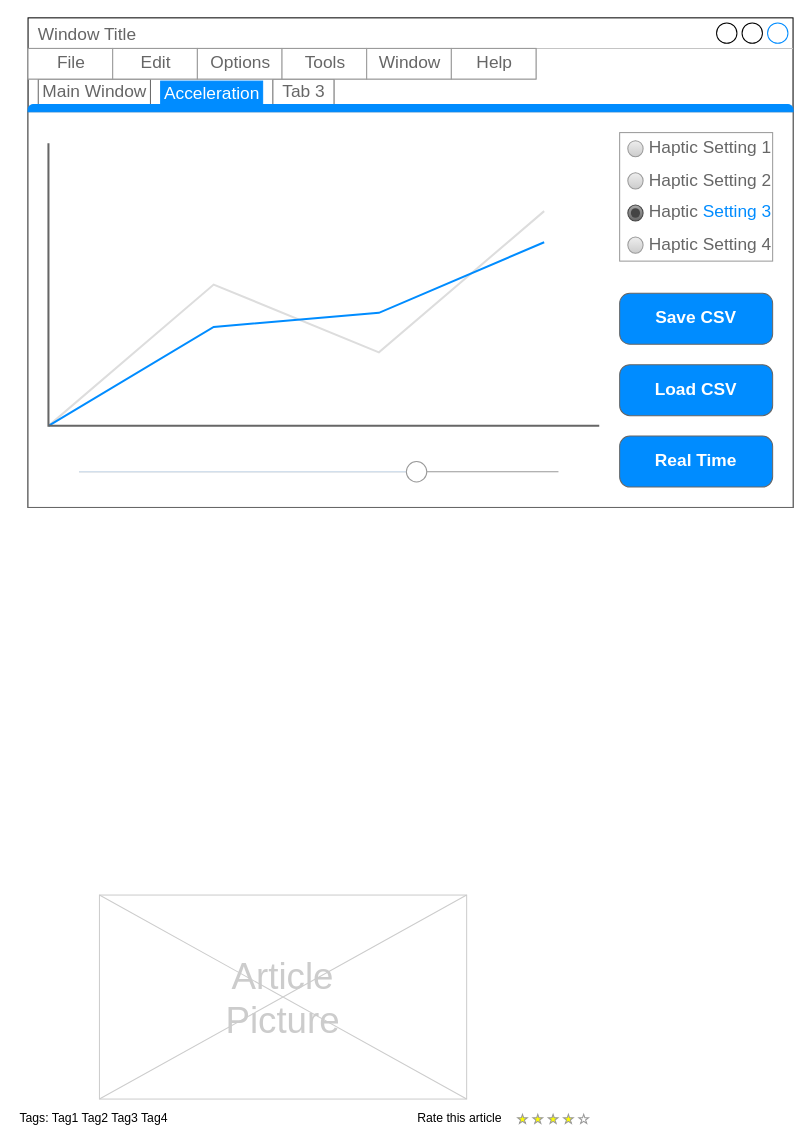
yinxingyi/DRAW.IO keeps this draw.io diagram as Accelerometer tab.drawio. Above is the earlier version. Source tidied: cells renumbered, new cells numbered last; positions are measured from the earlier drawing's top-left corner, leaving out a move shared by most shapes. Both pictures are drawn from the tidied source at 102%, with x=0, y=0 at pixel (17, 17).
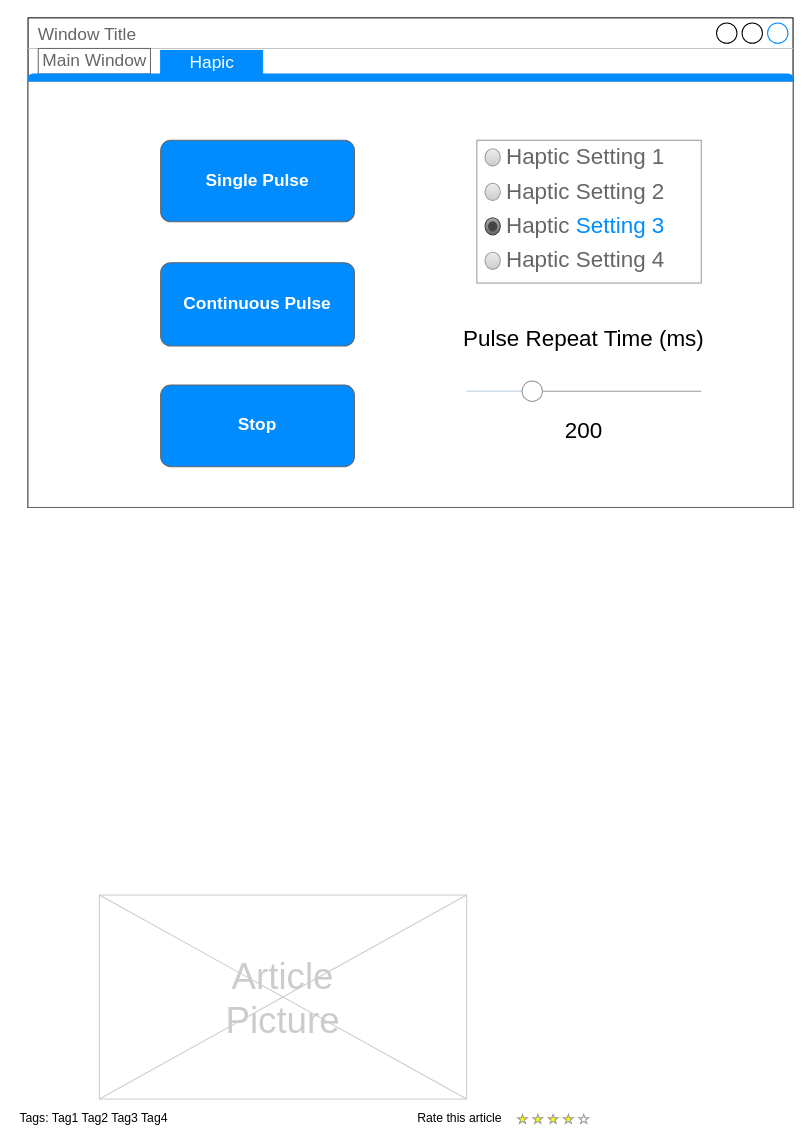
The same page after the edit.

Change to the diagram source:
```diff
@@
     <mxCell id="8" style="strokeWidth=1;shadow=0;dashed=0;align=center;html=1;shape=mxgraph.mockup.containers.marginRect2;rectMarginTop=32;strokeColor=#666666;gradientColor=none;" parent="1" vertex="1">
-      <mxGeometry x="10" y="60" width="750" height="420" as="geometry" />
+      <mxGeometry x="10" y="30" width="750" height="450" as="geometry" />
     </mxCell>
@@
-    <mxCell id="10" value="Acceleration" style="strokeWidth=1;shadow=0;dashed=0;align=center;html=1;shape=mxgraph.mockup.containers.rrect;rSize=0;fontSize=17;fontColor=#ffffff;strokeColor=#008cff;fillColor=#008cff;" parent="8" vertex="1">
+    <mxCell id="10" value="Hapic" style="strokeWidth=1;shadow=0;dashed=0;align=center;html=1;shape=mxgraph.mockup.containers.rrect;rSize=0;fontSize=17;fontColor=#ffffff;strokeColor=#008cff;fillColor=#008cff;" parent="8" vertex="1">
       <mxGeometry width="100" height="25" relative="1" as="geometry">
         <mxPoint x="130" y="2" as="offset" />
       </mxGeometry>
     </mxCell>
-    <mxCell id="11" value="Tab 3" style="strokeColor=inherit;fillColor=inherit;gradientColor=inherit;strokeWidth=1;shadow=0;dashed=0;align=center;html=1;shape=mxgraph.mockup.containers.rrect;rSize=0;fontSize=17;fontColor=#666666;gradientColor=none;" parent="8" vertex="1">
-      <mxGeometry width="60" height="25" relative="1" as="geometry">
-        <mxPoint x="240" as="offset" />
-      </mxGeometry>
-    </mxCell>
@@
-    <mxCell id="13" style="verticalLabelPosition=bottom;shadow=0;dashed=0;align=center;html=1;verticalAlign=top;strokeWidth=1;shape=mxgraph.mockup.graphics.lineChart;strokeColor=none;strokeColor2=#666666;strokeColor3=#008cff;strokeColor4=#dddddd;" parent="8" vertex="1">
-      <mxGeometry x="20" y="63" width="540" height="277" as="geometry" />
-    </mxCell>
     <mxCell id="14" style="strokeWidth=1;shadow=0;dashed=0;align=center;html=1;shape=mxgraph.mockup.forms.rrect;rSize=0;strokeColor=#999999;fillColor=#ffffff;" parent="8" vertex="1">
-      <mxGeometry x="580" y="52.5" width="150" height="126" as="geometry" />
+      <mxGeometry x="440" y="90" width="220" height="140" as="geometry" />
     </mxCell>
-    <mxCell id="15" value="Haptic Setting 1" style="shape=ellipse;rSize=0;fillColor=#eeeeee;strokeColor=#999999;gradientColor=#cccccc;html=1;align=left;spacingLeft=4;fontSize=17;fontColor=#666666;labelPosition=right;" parent="14" vertex="1">
-      <mxGeometry x="8" y="7.9" width="15" height="15.8" as="geometry" />
+    <mxCell id="15" value="&lt;font style=&quot;font-size: 22px;&quot;&gt;Haptic Setting 1&lt;/font&gt;" style="shape=ellipse;rSize=0;fillColor=#eeeeee;strokeColor=#999999;gradientColor=#cccccc;html=1;align=left;spacingLeft=4;fontSize=22;fontColor=#666666;labelPosition=right;" parent="14" vertex="1">
+      <mxGeometry x="8" y="8.4" width="15" height="16.9" as="geometry" />
     </mxCell>
-    <mxCell id="16" value="Haptic&amp;nbsp;Setting 2" style="shape=ellipse;rSize=0;fillColor=#eeeeee;strokeColor=#999999;gradientColor=#cccccc;html=1;align=left;spacingLeft=4;fontSize=17;fontColor=#666666;labelPosition=right;" parent="14" vertex="1">
-      <mxGeometry x="8" y="39.4" width="15" height="15.8" as="geometry" />
+    <mxCell id="16" value="Haptic&amp;nbsp;Setting 2" style="shape=ellipse;rSize=0;fillColor=#eeeeee;strokeColor=#999999;gradientColor=#cccccc;html=1;align=left;spacingLeft=4;fontSize=22;fontColor=#666666;labelPosition=right;" parent="14" vertex="1">
+      <mxGeometry x="8" y="42.2" width="15" height="16.9" as="geometry" />
     </mxCell>
-    <mxCell id="17" value="&lt;span style=&quot;color: rgb(102 , 102 , 102)&quot;&gt;Haptic&amp;nbsp;&lt;/span&gt;Setting 3" style="shape=ellipse;rSize=0;fillColor=#aaaaaa;strokeColor=#444444;gradientColor=#666666;html=1;align=left;spacingLeft=4;fontSize=17;fontColor=#008cff;labelPosition=right;" parent="14" vertex="1">
-      <mxGeometry x="8" y="70.9" width="15" height="15.8" as="geometry" />
+    <mxCell id="17" value="&lt;span style=&quot;color: rgb(102, 102, 102); font-size: 22px;&quot;&gt;Haptic&amp;nbsp;&lt;/span&gt;Setting 3" style="shape=ellipse;rSize=0;fillColor=#aaaaaa;strokeColor=#444444;gradientColor=#666666;html=1;align=left;spacingLeft=4;fontSize=22;fontColor=#008cff;labelPosition=right;" parent="14" vertex="1">
+      <mxGeometry x="8" y="75.9" width="15" height="16.9" as="geometry" />
     </mxCell>
     <mxCell id="18" style="shape=ellipse;fillColor=#444444;strokeColor=none;html=1;" parent="17" vertex="1">
-      <mxGeometry x="3" y="3.2" width="9" height="9.5" as="geometry" />
+      <mxGeometry x="3" y="3.4" width="9" height="10.1" as="geometry" />
     </mxCell>
-    <mxCell id="19" value="Haptic&amp;nbsp;Setting 4" style="shape=ellipse;rSize=0;fillColor=#eeeeee;strokeColor=#999999;gradientColor=#cccccc;html=1;align=left;spacingLeft=4;fontSize=17;fontColor=#666666;labelPosition=right;" parent="14" vertex="1">
-      <mxGeometry x="8" y="102.4" width="15" height="15.8" as="geometry" />
+    <mxCell id="19" value="Haptic&amp;nbsp;Setting 4" style="shape=ellipse;rSize=0;fillColor=#eeeeee;strokeColor=#999999;gradientColor=#cccccc;html=1;align=left;spacingLeft=4;fontSize=22;fontColor=#666666;labelPosition=right;" parent="14" vertex="1">
+      <mxGeometry x="8" y="109.7" width="15" height="16.9" as="geometry" />
     </mxCell>
-    <mxCell id="20" style="verticalLabelPosition=bottom;shadow=0;dashed=0;align=center;html=1;verticalAlign=top;strokeWidth=1;shape=mxgraph.mockup.forms.horSlider;strokeColor=#999999;sliderStyle=basic;sliderPos=70.851;handleStyle=circle;fillColor2=#ddeeff;" parent="8" vertex="1">
-      <mxGeometry x="50" y="370" width="470" height="30" as="geometry" />
+    <mxCell id="20" style="verticalLabelPosition=bottom;shadow=0;dashed=0;align=center;html=1;verticalAlign=top;strokeWidth=1;shape=mxgraph.mockup.forms.horSlider;strokeColor=#999999;sliderStyle=basic;sliderPos=26.957;handleStyle=circle;fillColor2=#ddeeff;" parent="8" vertex="1">
+      <mxGeometry x="430" y="320" width="230" height="32.1" as="geometry" />
     </mxCell>
-    <mxCell id="21" value="Save CSV" style="strokeWidth=1;shadow=0;dashed=0;align=center;html=1;shape=mxgraph.mockup.buttons.button;strokeColor=#666666;fontColor=#ffffff;mainText=;buttonStyle=round;fontSize=17;fontStyle=1;fillColor=#008cff;whiteSpace=wrap;" parent="8" vertex="1">
-      <mxGeometry x="580" y="210" width="150" height="50" as="geometry" />
+    <mxCell id="21" value="Single Pulse" style="strokeWidth=1;shadow=0;dashed=0;align=center;html=1;shape=mxgraph.mockup.buttons.button;strokeColor=#666666;fontColor=#ffffff;mainText=;buttonStyle=round;fontSize=17;fontStyle=1;fillColor=#008cff;whiteSpace=wrap;" parent="8" vertex="1">
+      <mxGeometry x="130" y="90" width="190" height="80" as="geometry" />
     </mxCell>
-    <mxCell id="22" value="Load CSV" style="strokeWidth=1;shadow=0;dashed=0;align=center;html=1;shape=mxgraph.mockup.buttons.button;strokeColor=#666666;fontColor=#ffffff;mainText=;buttonStyle=round;fontSize=17;fontStyle=1;fillColor=#008cff;whiteSpace=wrap;" parent="8" vertex="1">
-      <mxGeometry x="580" y="280" width="150" height="50" as="geometry" />
+    <mxCell id="22" value="Continuous Pulse" style="strokeWidth=1;shadow=0;dashed=0;align=center;html=1;shape=mxgraph.mockup.buttons.button;strokeColor=#666666;fontColor=#ffffff;mainText=;buttonStyle=round;fontSize=17;fontStyle=1;fillColor=#008cff;whiteSpace=wrap;" parent="8" vertex="1">
+      <mxGeometry x="130" y="210" width="190" height="81.8" as="geometry" />
     </mxCell>
-    <mxCell id="23" value="Real Time" style="strokeWidth=1;shadow=0;dashed=0;align=center;html=1;shape=mxgraph.mockup.buttons.button;strokeColor=#666666;fontColor=#ffffff;mainText=;buttonStyle=round;fontSize=17;fontStyle=1;fillColor=#008cff;whiteSpace=wrap;" parent="8" vertex="1">
-      <mxGeometry x="580" y="350" width="150" height="50" as="geometry" />
+    <mxCell id="23" value="Stop" style="strokeWidth=1;shadow=0;dashed=0;align=center;html=1;shape=mxgraph.mockup.buttons.button;strokeColor=#666666;fontColor=#ffffff;mainText=;buttonStyle=round;fontSize=17;fontStyle=1;fillColor=#008cff;whiteSpace=wrap;" parent="8" vertex="1">
+      <mxGeometry x="130" y="330" width="190" height="80" as="geometry" />
     </mxCell>
-    <mxCell id="24" style="strokeWidth=1;shadow=0;dashed=0;align=center;html=1;shape=mxgraph.mockup.forms.rrect;rSize=0;strokeColor=#999999;" parent="1" vertex="1">
-      <mxGeometry x="10" y="30" width="498" height="30" as="geometry" />
-    </mxCell>
-    <mxCell id="25" value="File" style="strokeColor=inherit;fillColor=inherit;gradientColor=inherit;strokeWidth=1;shadow=0;dashed=0;align=center;html=1;shape=mxgraph.mockup.forms.rrect;rSize=0;fontSize=17;fontColor=#666666;" parent="24" vertex="1">
-      <mxGeometry width="83" height="30" as="geometry" />
-    </mxCell>
-    <mxCell id="26" value="Edit" style="strokeColor=inherit;fillColor=inherit;gradientColor=inherit;strokeWidth=1;shadow=0;dashed=0;align=center;html=1;shape=mxgraph.mockup.forms.rrect;rSize=0;fontSize=17;fontColor=#666666;" parent="24" vertex="1">
-      <mxGeometry x="83" width="83" height="30" as="geometry" />
-    </mxCell>
-    <mxCell id="27" value="Options" style="strokeColor=inherit;fillColor=inherit;gradientColor=inherit;strokeWidth=1;shadow=0;dashed=0;align=center;html=1;shape=mxgraph.mockup.forms.rrect;rSize=0;fontSize=17;fontColor=#666666;" parent="24" vertex="1">
-      <mxGeometry x="166" width="83" height="30" as="geometry" />
-    </mxCell>
-    <mxCell id="28" value="Tools" style="strokeColor=inherit;fillColor=inherit;gradientColor=inherit;strokeWidth=1;shadow=0;dashed=0;align=center;html=1;shape=mxgraph.mockup.forms.rrect;rSize=0;fontSize=17;fontColor=#666666;" parent="24" vertex="1">
-      <mxGeometry x="249" width="83" height="30" as="geometry" />
-    </mxCell>
-    <mxCell id="29" value="Window" style="strokeColor=inherit;fillColor=inherit;gradientColor=inherit;strokeWidth=1;shadow=0;dashed=0;align=center;html=1;shape=mxgraph.mockup.forms.rrect;rSize=0;fontSize=17;fontColor=#666666;" parent="24" vertex="1">
-      <mxGeometry x="332" width="83" height="30" as="geometry" />
-    </mxCell>
-    <mxCell id="30" value="Help" style="strokeColor=inherit;fillColor=inherit;gradientColor=inherit;strokeWidth=1;shadow=0;dashed=0;align=center;html=1;shape=mxgraph.mockup.forms.rrect;rSize=0;fontSize=17;fontColor=#666666;" parent="24" vertex="1">
-      <mxGeometry x="415" width="83" height="30" as="geometry" />
-    </mxCell>
+    <mxCell id="31" value="Pulse Repeat Time (ms)" style="text;html=1;strokeColor=none;fillColor=none;align=center;verticalAlign=middle;whiteSpace=wrap;rounded=0;fontSize=22;" parent="8" vertex="1">
+      <mxGeometry x="420" y="270" width="250" height="30" as="geometry" />
+    </mxCell>
+    <mxCell id="32" value="200" style="text;html=1;strokeColor=none;fillColor=none;align=center;verticalAlign=middle;whiteSpace=wrap;rounded=0;fontSize=22;" parent="8" vertex="1">
+      <mxGeometry x="515" y="360" width="60" height="30" as="geometry" />
+    </mxCell>
```
